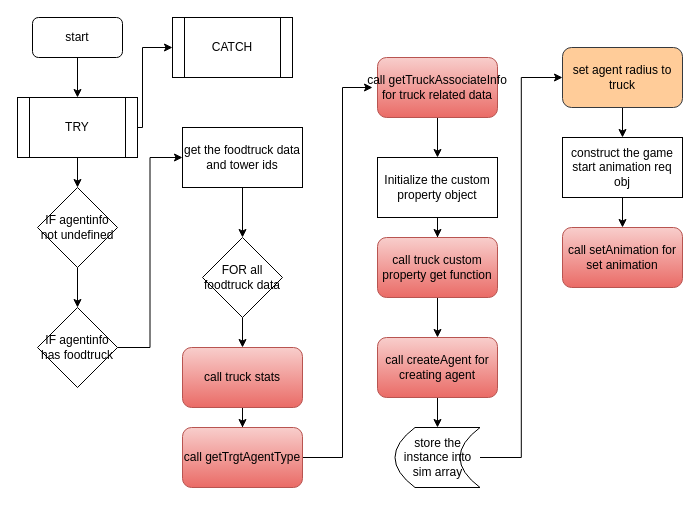
Earlier version of the draw.io diagram Agents/createAgents.drawio (sivagit/diagrams). Source tidied: cells renumbered, new cells numbered last; positions are measured from the earlier drawing's top-left corner, leaving out a move shared by most shapes. Both pictures are drawn from the tidied source at 100%, with x=0, y=0 at pixel (17, 17).
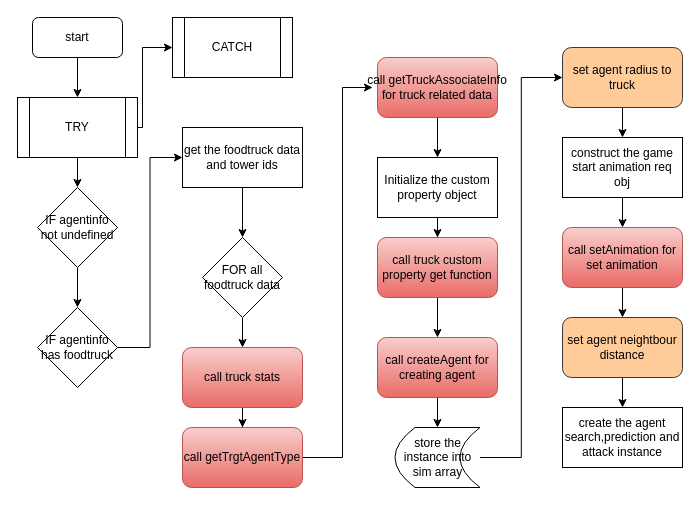
The same diagram, later.

Unchanged cells that the change refers to:
```xml
<mxCell id="34" value="call&amp;nbsp;setAnimation for set animation" style="rounded=1;whiteSpace=wrap;html=1;fillColor=#f8cecc;gradientColor=#ea6b66;strokeColor=#b85450;" parent="1" vertex="1">
  <mxGeometry x="545" y="210" width="120" height="60" as="geometry" />
</mxCell>
```

Change to the diagram source:
```diff
@@
+    <mxCell id="35" style="edgeStyle=orthogonalEdgeStyle;rounded=0;jettySize=auto;html=1;" parent="1" edge="1" source="34" target="37">
+      <mxGeometry relative="1" as="geometry" />
+    </mxCell>
@@
+    <mxCell id="36" style="edgeStyle=orthogonalEdgeStyle;rounded=0;jettySize=auto;html=1;" parent="1" edge="1" source="37" target="38">
+      <mxGeometry relative="1" as="geometry" />
+    </mxCell>
+    <mxCell id="37" value="set agent neightbour distance" style="rounded=1;whiteSpace=wrap;html=1;fillColor=#ffcc99;strokeColor=#36393d;" parent="1" vertex="1">
+      <mxGeometry x="545" y="300" width="120" height="60" as="geometry" />
+    </mxCell>
+    <mxCell id="38" value="create the agent search,prediction and attack instance" style="rounded=0;whiteSpace=wrap;html=1;" parent="1" vertex="1">
+      <mxGeometry x="545" y="390" width="120" height="60" as="geometry" />
+    </mxCell>
```
